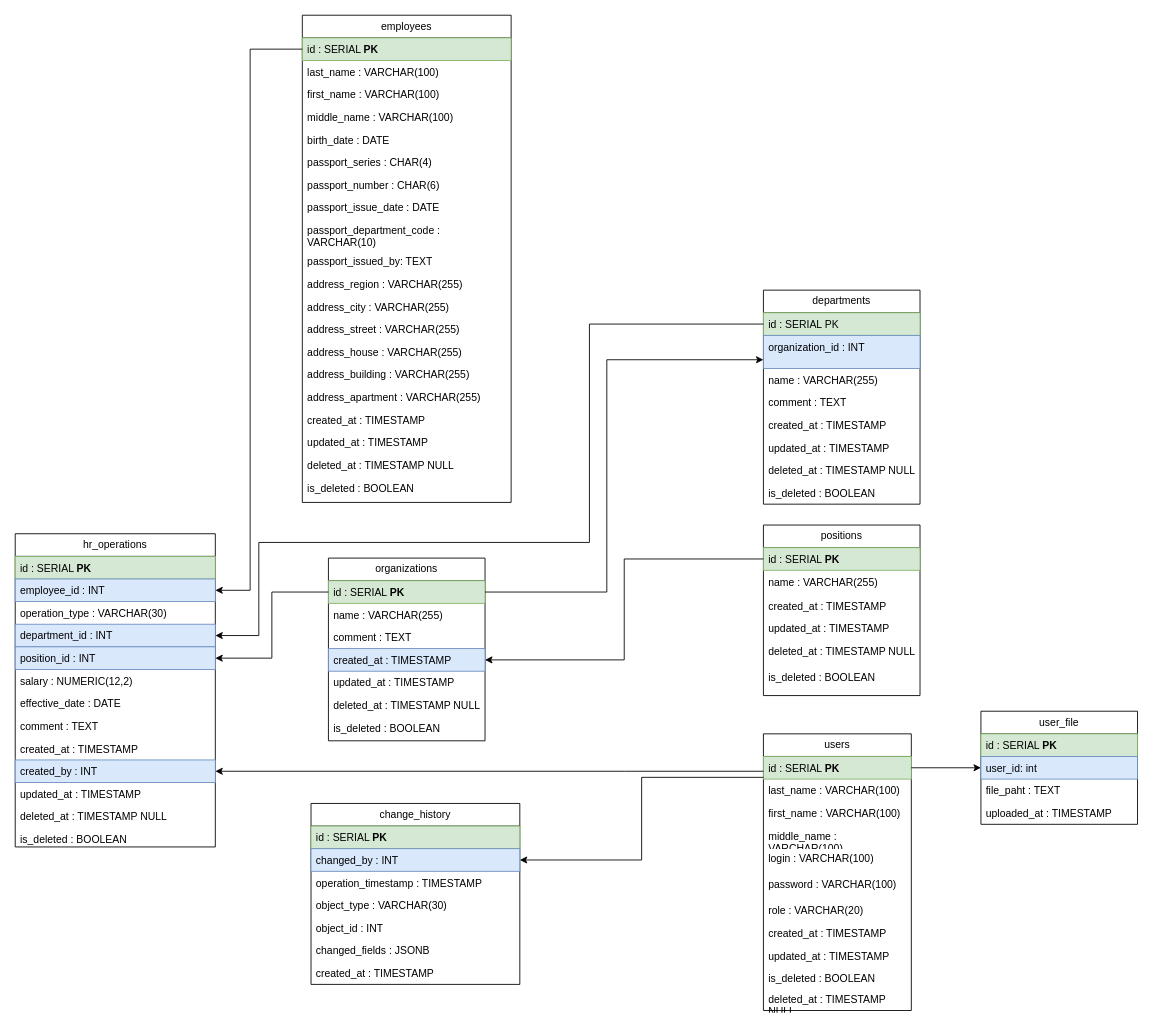
The draw.io diagram db-schema/schema.drawio in Dyr1kk/-areal-hr_ext-test, before the edit. Source tidied: cells renumbered, new cells numbered last; positions are measured from the earlier drawing's top-left corner, leaving out a move shared by most shapes. Both pictures are drawn from the tidied source at 87%, with x=0, y=0 at pixel (15, 15).
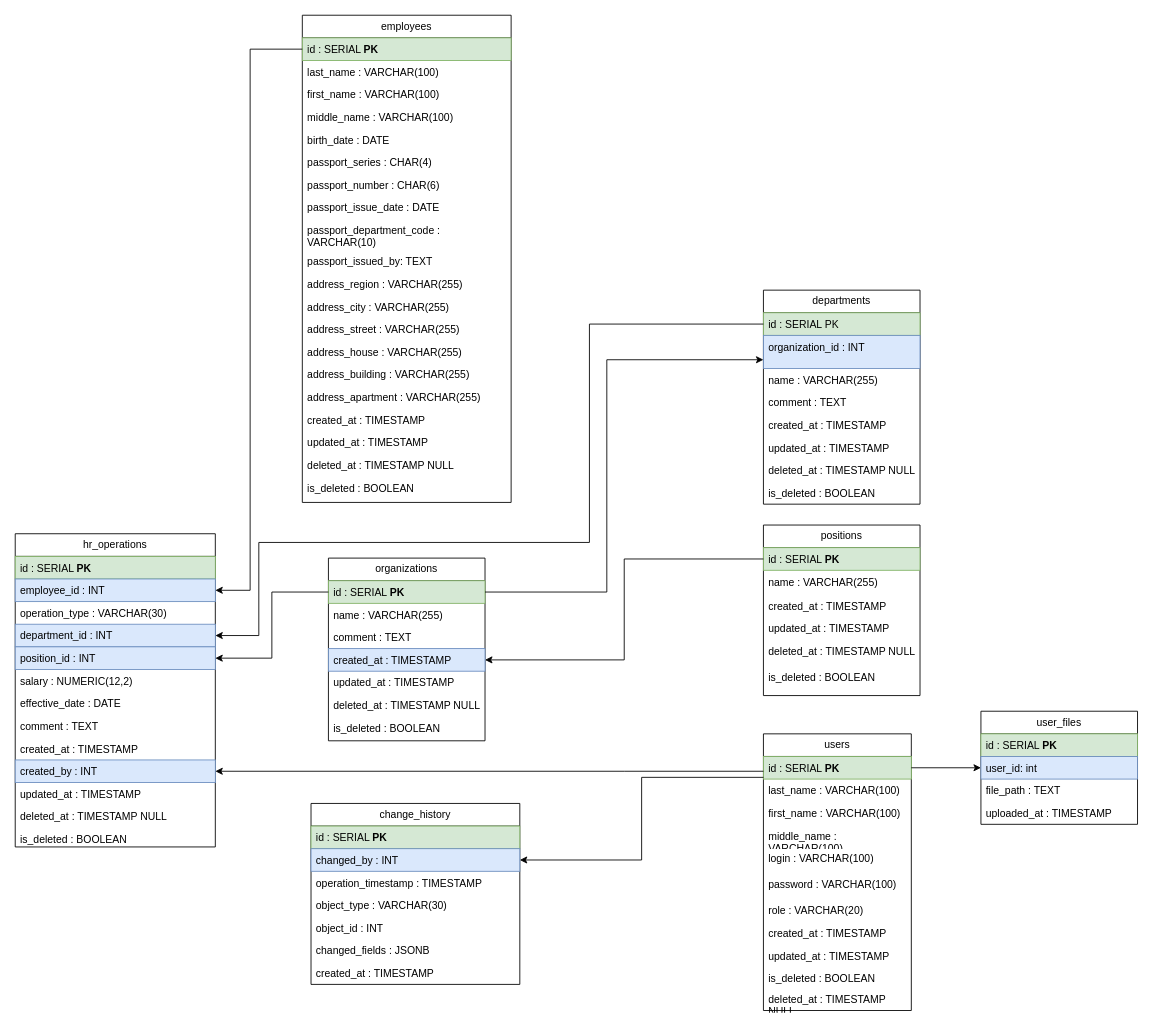
The same diagram, later.

Change to the diagram source:
```diff
@@
-    <mxCell id="88" value="user_file" style="swimlane;fontStyle=0;horizontal=1;startSize=26;fillColor=none;whiteSpace=wrap;html=1;" parent="1" vertex="1">
+    <mxCell id="88" value="user_files" style="swimlane;fontStyle=0;horizontal=1;startSize=26;fillColor=none;whiteSpace=wrap;html=1;" parent="1" vertex="1">
       <mxGeometry x="1110" y="800" width="180" height="130" as="geometry" />
     </mxCell>
@@
-    <mxCell id="91" value="file_paht : TEXT" style="text;strokeColor=none;fillColor=none;align=left;verticalAlign=top;spacingLeft=4;spacingRight=4;overflow=hidden;whiteSpace=wrap;html=1;" parent="88" vertex="1">
+    <mxCell id="91" value="file_path : TEXT" style="text;strokeColor=none;fillColor=none;align=left;verticalAlign=top;spacingLeft=4;spacingRight=4;overflow=hidden;whiteSpace=wrap;html=1;" parent="88" vertex="1">
       <mxGeometry y="78" width="180" height="26" as="geometry" />
     </mxCell>
```
